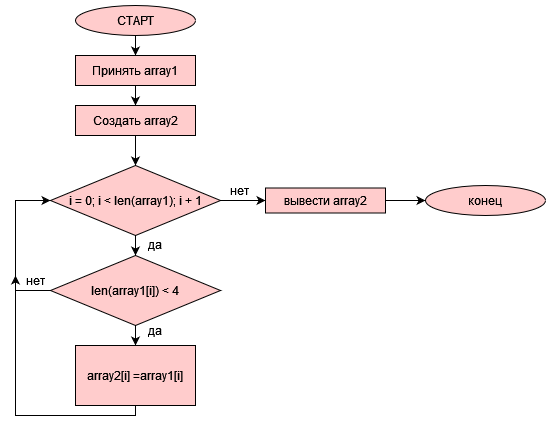
This is diagram.png from radvit2000/Control, a draw.io export, as it was before one commit. Source tidied: cells renumbered, new cells last; positions are measured from the earlier drawing's top-left corner, leaving out a move shared by most shapes.
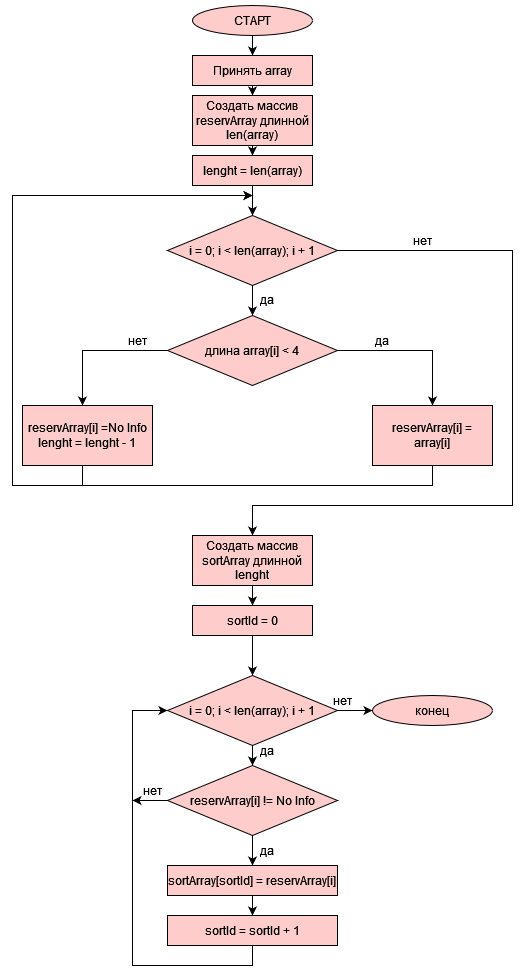
Above is the later version.

The edit, as a diff of the source:
```diff
@@ -1,4 +1,4 @@
-<mxGraphModel>
+<mxGraphModel background="#ffffff">
   <root>
     <mxCell id="0" />
     <mxCell id="1" parent="0" />
@@ -11,70 +11,151 @@
     <mxCell id="4" style="edgeStyle=orthogonalEdgeStyle;rounded=0;jettySize=auto;html=1;" parent="1" edge="1" source="5" target="7">
       <mxGeometry relative="1" as="geometry" />
     </mxCell>
-    <mxCell id="5" value="Принять array1" style="whiteSpace=wrap;html=1;fillColor=#FFCCCC;" parent="1" vertex="1">
+    <mxCell id="5" value="Принять array" style="whiteSpace=wrap;html=1;fillColor=#FFCCCC;" parent="1" vertex="1">
       <mxGeometry x="70" y="50" width="120" height="30" as="geometry" />
     </mxCell>
-    <mxCell id="6" style="edgeStyle=orthogonalEdgeStyle;rounded=0;jettySize=auto;html=1;" parent="1" edge="1" source="7" target="10">
-      <mxGeometry relative="1" as="geometry" />
-    </mxCell>
+    <mxCell id="23" style="edgeStyle=orthogonalEdgeStyle;rounded=0;jettySize=auto;html=1;" parent="1" edge="1" source="7" target="27">
+      <mxGeometry relative="1" as="geometry" />
+    </mxCell>
-    <mxCell id="7" value="Создать array2" style="whiteSpace=wrap;html=1;fillColor=#FFCCCC;" parent="1" vertex="1">
-      <mxGeometry x="70" y="100" width="120" height="30" as="geometry" />
+    <mxCell id="7" value="Создать массив reservArray длинной len(array)" style="whiteSpace=wrap;html=1;fillColor=#FFCCCC;" parent="1" vertex="1">
+      <mxGeometry x="70" y="90" width="120" height="50" as="geometry" />
     </mxCell>
-    <mxCell id="8" style="edgeStyle=orthogonalEdgeStyle;rounded=0;jettySize=auto;html=1;" parent="1" edge="1" source="10" target="13">
-      <mxGeometry relative="1" as="geometry" />
-    </mxCell>
-    <mxCell id="9" style="edgeStyle=orthogonalEdgeStyle;rounded=0;jettySize=auto;html=1;" parent="1" edge="1" source="10" target="20">
-      <mxGeometry relative="1" as="geometry" />
-    </mxCell>
+    <mxCell id="24" style="edgeStyle=orthogonalEdgeStyle;rounded=0;jettySize=auto;html=1;" parent="1" edge="1" source="10" target="30">
+      <mxGeometry relative="1" as="geometry" />
+    </mxCell>
+    <mxCell id="25" style="edgeStyle=orthogonalEdgeStyle;rounded=0;jettySize=auto;html=1;entryX=0.5;entryY=0;entryDx=0;entryDy=0;" parent="1" edge="1" source="10" target="39">
+      <mxGeometry relative="1" as="geometry">
+        <Array as="points">
+          <mxPoint x="390" y="245" />
+          <mxPoint x="390" y="500" />
+          <mxPoint x="130" y="500" />
+        </Array>
+      </mxGeometry>
+    </mxCell>
-    <mxCell id="10" value="i = 0; i &amp;lt; len(array1); i + 1" style="rhombus;whiteSpace=wrap;html=1;fillColor=#FFCCCC;" parent="1" vertex="1">
-      <mxGeometry x="45" y="160" width="170" height="70" as="geometry" />
+    <mxCell id="10" value="i = 0; i &amp;lt; len(array); i + 1" style="rhombus;whiteSpace=wrap;html=1;fillColor=#FFCCCC;" parent="1" vertex="1">
+      <mxGeometry x="45" y="210" width="170" height="70" as="geometry" />
     </mxCell>
-    <mxCell id="11" style="edgeStyle=orthogonalEdgeStyle;rounded=0;jettySize=auto;html=1;" parent="1" edge="1" source="13" target="16">
-      <mxGeometry relative="1" as="geometry" />
-    </mxCell>
-    <mxCell id="12" style="edgeStyle=orthogonalEdgeStyle;rounded=0;jettySize=auto;html=1;entryX=0;entryY=0.5;entryDx=0;entryDy=0;" parent="1" edge="1" source="13" target="10">
-      <mxGeometry relative="1" as="geometry">
-        <Array as="points">
-          <mxPoint x="10" y="285" />
-          <mxPoint x="10" y="195" />
-        </Array>
-      </mxGeometry>
-    </mxCell>
-    <mxCell id="13" value="len(array1[i]) &amp;lt; 4" style="rhombus;whiteSpace=wrap;html=1;fillColor=#FFCCCC;" parent="1" vertex="1">
-      <mxGeometry x="45" y="250" width="170" height="70" as="geometry" />
-    </mxCell>
-    <mxCell id="14" value="да" style="text;html=1;strokeColor=none;fillColor=none;align=center;verticalAlign=middle;whiteSpace=wrap;rounded=0;" parent="1" vertex="1">
-      <mxGeometry x="120" y="224" width="60" height="30" as="geometry" />
-    </mxCell>
-    <mxCell id="15" style="edgeStyle=orthogonalEdgeStyle;rounded=0;jettySize=auto;html=1;" parent="1" edge="1" source="16">
-      <mxGeometry relative="1" as="geometry">
-        <mxPoint x="10" y="270" as="targetPoint" />
-        <Array as="points">
-          <mxPoint x="130" y="410" />
-          <mxPoint x="10" y="410" />
-        </Array>
-      </mxGeometry>
-    </mxCell>
-    <mxCell id="16" value="array2[i] =array1[i] " style="whiteSpace=wrap;html=1;fillColor=#FFCCCC;" parent="1" vertex="1">
-      <mxGeometry x="70" y="340" width="120" height="60" as="geometry" />
-    </mxCell>
-    <mxCell id="17" value="да" style="text;html=1;strokeColor=none;fillColor=none;align=center;verticalAlign=middle;whiteSpace=wrap;rounded=0;" parent="1" vertex="1">
-      <mxGeometry x="120" y="310" width="60" height="30" as="geometry" />
-    </mxCell>
-    <mxCell id="18" value="нет" style="text;html=1;strokeColor=none;fillColor=none;align=center;verticalAlign=middle;whiteSpace=wrap;rounded=0;" parent="1" vertex="1">
-      <mxGeometry y="260" width="60" height="30" as="geometry" />
-    </mxCell>
-    <mxCell id="19" style="edgeStyle=orthogonalEdgeStyle;rounded=0;jettySize=auto;html=1;" parent="1" edge="1" source="20" target="22">
-      <mxGeometry relative="1" as="geometry" />
-    </mxCell>
-    <mxCell id="20" value="вывести array2" style="whiteSpace=wrap;html=1;fillColor=#FFCCCC;" parent="1" vertex="1">
-      <mxGeometry x="260" y="182.5" width="120" height="25" as="geometry" />
-    </mxCell>
-    <mxCell id="21" value="нет" style="text;html=1;strokeColor=none;fillColor=none;align=center;verticalAlign=middle;whiteSpace=wrap;rounded=0;" parent="1" vertex="1">
-      <mxGeometry x="204" y="170" width="60" height="30" as="geometry" />
-    </mxCell>
+    <mxCell id="26" style="edgeStyle=orthogonalEdgeStyle;rounded=0;jettySize=auto;html=1;" parent="1" edge="1" source="27" target="10">
+      <mxGeometry relative="1" as="geometry" />
+    </mxCell>
+    <mxCell id="27" value="lenght = len(array) " style="whiteSpace=wrap;html=1;fillColor=#FFCCCC;" parent="1" vertex="1">
+      <mxGeometry x="70" y="150" width="120" height="30" as="geometry" />
+    </mxCell>
+    <mxCell id="28" style="edgeStyle=orthogonalEdgeStyle;rounded=0;jettySize=auto;html=1;" parent="1" edge="1" source="30" target="32">
+      <mxGeometry relative="1" as="geometry" />
+    </mxCell>
+    <mxCell id="29" style="edgeStyle=orthogonalEdgeStyle;rounded=0;jettySize=auto;html=1;" parent="1" edge="1" source="30" target="35">
+      <mxGeometry relative="1" as="geometry">
+        <Array as="points">
+          <mxPoint x="-40" y="345" />
+        </Array>
+      </mxGeometry>
+    </mxCell>
+    <mxCell id="30" value="длина array[i] &amp;lt; 4" style="rhombus;whiteSpace=wrap;html=1;fillColor=#FFCCCC;" parent="1" vertex="1">
+      <mxGeometry x="45" y="310" width="170" height="70" as="geometry" />
+    </mxCell>
+    <mxCell id="31" style="edgeStyle=orthogonalEdgeStyle;rounded=0;jettySize=auto;html=1;" parent="1" edge="1" source="32">
+      <mxGeometry relative="1" as="geometry">
+        <mxPoint x="130" y="190" as="targetPoint" />
+        <Array as="points">
+          <mxPoint x="310" y="480" />
+          <mxPoint x="-110" y="480" />
+          <mxPoint x="-110" y="190" />
+        </Array>
+      </mxGeometry>
+    </mxCell>
+    <mxCell id="32" value="reservArray[i] = array[i]" style="whiteSpace=wrap;html=1;fillColor=#FFCCCC;" parent="1" vertex="1">
+      <mxGeometry x="250" y="400" width="120" height="60" as="geometry" />
+    </mxCell>
+    <mxCell id="33" value="да" style="text;html=1;strokeColor=none;fillColor=none;align=center;verticalAlign=middle;whiteSpace=wrap;rounded=0;" parent="1" vertex="1">
+      <mxGeometry x="230" y="320" width="60" height="30" as="geometry" />
+    </mxCell>
+    <mxCell id="34" style="edgeStyle=orthogonalEdgeStyle;rounded=0;jettySize=auto;html=1;" parent="1" edge="1" source="35">
+      <mxGeometry relative="1" as="geometry">
+        <mxPoint x="130" y="190" as="targetPoint" />
+        <Array as="points">
+          <mxPoint x="-40" y="480" />
+          <mxPoint x="-110" y="480" />
+          <mxPoint x="-110" y="190" />
+        </Array>
+      </mxGeometry>
+    </mxCell>
+    <mxCell id="35" value="&lt;div&gt;reservArray[i] =No Info&lt;/div&gt;&lt;div&gt;lenght = lenght - 1&lt;br&gt;&lt;/div&gt;" style="whiteSpace=wrap;html=1;fillColor=#FFCCCC;" parent="1" vertex="1">
+      <mxGeometry x="-100" y="400" width="130" height="60" as="geometry" />
+    </mxCell>
+    <mxCell id="36" value="нет" style="text;html=1;strokeColor=none;fillColor=none;align=center;verticalAlign=middle;whiteSpace=wrap;rounded=0;" parent="1" vertex="1">
+      <mxGeometry x="-15" y="320" width="60" height="30" as="geometry" />
+    </mxCell>
+    <mxCell id="37" value="да" style="text;html=1;strokeColor=none;fillColor=none;align=center;verticalAlign=middle;whiteSpace=wrap;rounded=0;" parent="1" vertex="1">
+      <mxGeometry x="115" y="279" width="60" height="30" as="geometry" />
+    </mxCell>
+    <mxCell id="38" style="edgeStyle=orthogonalEdgeStyle;rounded=0;jettySize=auto;html=1;" parent="1" edge="1" source="39" target="41">
+      <mxGeometry relative="1" as="geometry" />
+    </mxCell>
+    <mxCell id="39" value="Создать массив sortArray длинной lenght" style="whiteSpace=wrap;html=1;fillColor=#FFCCCC;" parent="1" vertex="1">
+      <mxGeometry x="70" y="530" width="120" height="50" as="geometry" />
+    </mxCell>
+    <mxCell id="40" style="edgeStyle=orthogonalEdgeStyle;rounded=0;jettySize=auto;html=1;" parent="1" edge="1" source="41" target="44">
+      <mxGeometry relative="1" as="geometry" />
+    </mxCell>
+    <mxCell id="41" value="sortId = 0" style="whiteSpace=wrap;html=1;fillColor=#FFCCCC;" parent="1" vertex="1">
+      <mxGeometry x="70" y="600" width="120" height="30" as="geometry" />
+    </mxCell>
+    <mxCell id="42" style="edgeStyle=orthogonalEdgeStyle;rounded=0;jettySize=auto;html=1;" parent="1" edge="1" source="44" target="48">
+      <mxGeometry relative="1" as="geometry" />
+    </mxCell>
+    <mxCell id="43" style="edgeStyle=orthogonalEdgeStyle;rounded=0;jettySize=auto;html=1;" parent="1" edge="1" source="44" target="22">
+      <mxGeometry relative="1" as="geometry" />
+    </mxCell>
+    <mxCell id="44" value="i = 0; i &amp;lt; len(array); i + 1" style="rhombus;whiteSpace=wrap;html=1;fillColor=#FFCCCC;" parent="1" vertex="1">
+      <mxGeometry x="45" y="670" width="170" height="70" as="geometry" />
+    </mxCell>
+    <mxCell id="45" value="нет" style="text;html=1;strokeColor=none;fillColor=none;align=center;verticalAlign=middle;whiteSpace=wrap;rounded=0;" parent="1" vertex="1">
+      <mxGeometry x="270" y="220" width="60" height="30" as="geometry" />
+    </mxCell>
+    <mxCell id="46" style="edgeStyle=orthogonalEdgeStyle;rounded=0;jettySize=auto;html=1;" parent="1" edge="1" source="48" target="50">
+      <mxGeometry relative="1" as="geometry" />
+    </mxCell>
+    <mxCell id="47" style="edgeStyle=orthogonalEdgeStyle;rounded=0;jettySize=auto;html=1;" parent="1" edge="1" source="48">
+      <mxGeometry relative="1" as="geometry">
+        <mxPoint x="10" y="795" as="targetPoint" />
+      </mxGeometry>
+    </mxCell>
+    <mxCell id="48" value="reservArray[i] != No Info" style="rhombus;whiteSpace=wrap;html=1;fillColor=#FFCCCC;" parent="1" vertex="1">
+      <mxGeometry x="45" y="760" width="170" height="70" as="geometry" />
+    </mxCell>
+    <mxCell id="49" style="edgeStyle=orthogonalEdgeStyle;rounded=0;jettySize=auto;html=1;" parent="1" edge="1" source="50" target="52">
+      <mxGeometry relative="1" as="geometry" />
+    </mxCell>
+    <mxCell id="50" value="sortArray[sortId] = reservArray[i]" style="whiteSpace=wrap;html=1;fillColor=#FFCCCC;" parent="1" vertex="1">
+      <mxGeometry x="45" y="860" width="170" height="30" as="geometry" />
+    </mxCell>
+    <mxCell id="51" style="edgeStyle=orthogonalEdgeStyle;rounded=0;jettySize=auto;html=1;" parent="1" edge="1" source="52" target="44">
+      <mxGeometry relative="1" as="geometry">
+        <Array as="points">
+          <mxPoint x="130" y="960" />
+          <mxPoint x="10" y="960" />
+          <mxPoint x="10" y="705" />
+        </Array>
+      </mxGeometry>
+    </mxCell>
+    <mxCell id="52" value="sortId = sortId + 1" style="whiteSpace=wrap;html=1;fillColor=#FFCCCC;" parent="1" vertex="1">
+      <mxGeometry x="45" y="910" width="170" height="30" as="geometry" />
+    </mxCell>
+    <mxCell id="53" value="да" style="text;html=1;strokeColor=none;fillColor=none;align=center;verticalAlign=middle;whiteSpace=wrap;rounded=0;" parent="1" vertex="1">
+      <mxGeometry x="115" y="730" width="60" height="30" as="geometry" />
+    </mxCell>
+    <mxCell id="54" value="да" style="text;html=1;strokeColor=none;fillColor=none;align=center;verticalAlign=middle;whiteSpace=wrap;rounded=0;" parent="1" vertex="1">
+      <mxGeometry x="115" y="830" width="60" height="30" as="geometry" />
+    </mxCell>
+    <mxCell id="55" value="нет" style="text;html=1;strokeColor=none;fillColor=none;align=center;verticalAlign=middle;whiteSpace=wrap;rounded=0;" parent="1" vertex="1">
+      <mxGeometry y="770" width="60" height="30" as="geometry" />
+    </mxCell>
     <mxCell id="22" value="конец" style="ellipse;whiteSpace=wrap;html=1;fillColor=#FFCCCC;" parent="1" vertex="1">
-      <mxGeometry x="420" y="180" width="120" height="30" as="geometry" />
+      <mxGeometry x="250" y="690" width="120" height="30" as="geometry" />
     </mxCell>
+    <mxCell id="56" value="нет" style="text;html=1;strokeColor=none;fillColor=none;align=center;verticalAlign=middle;whiteSpace=wrap;rounded=0;" parent="1" vertex="1">
+      <mxGeometry x="190" y="680" width="60" height="30" as="geometry" />
+    </mxCell>
   </root>
 </mxGraphModel>
```
